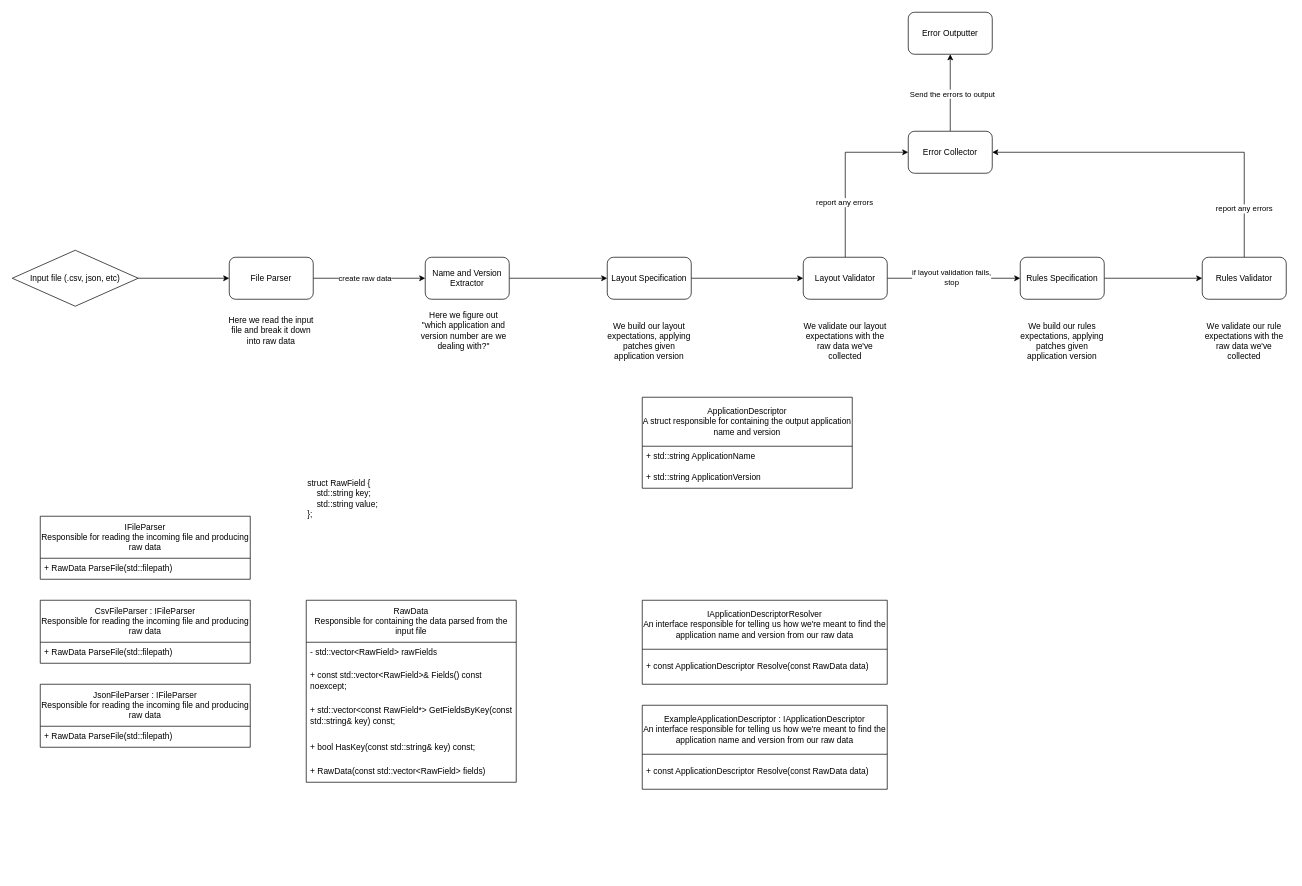
Jacques-Philippe/datalint keeps this draw.io diagram as page "Application diagram" (1 of 2) of application-diagram.drawio. Above is the earlier version. Source tidied: cells renumbered, new cells numbered last; positions are measured from the earlier drawing's top-left corner, leaving out a move shared by most shapes. Both pictures are drawn from the tidied source at 70%, with x=0, y=0 at pixel (12, 12).
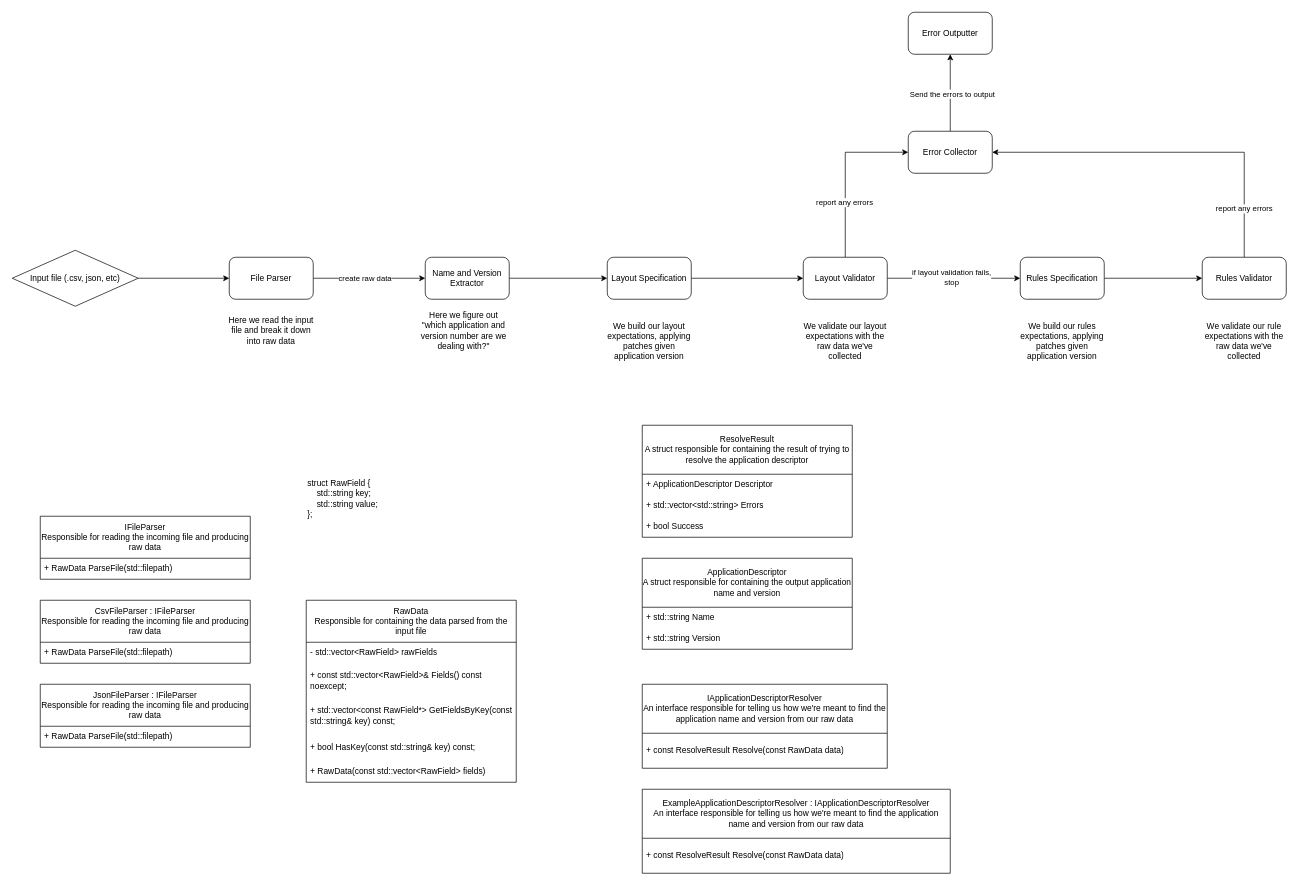
After the change.

Commit message:
Update application diagram

Change to the diagram source:
```diff
@@
     <mxCell id="44" value="IApplicationDescriptorResolver&lt;div&gt;An interface responsible for telling us how we're meant to find the application name and version from our raw data&lt;/div&gt;" style="swimlane;fontStyle=0;horizontal=1;startSize=70;whiteSpace=wrap;html=1;" parent="1" vertex="1">
-      <mxGeometry x="900" y="840" width="350" height="120" as="geometry" />
+      <mxGeometry x="900" y="960" width="350" height="120" as="geometry" />
     </mxCell>
-    <mxCell id="45" value="+ const ApplicationDescriptor Resolve(const RawData data)" style="text;strokeColor=none;fillColor=none;align=left;verticalAlign=middle;spacingLeft=4;spacingRight=4;overflow=hidden;whiteSpace=wrap;html=1;" parent="44" vertex="1">
+    <mxCell id="45" value="+ const ResolveResult Resolve(const RawData data)" style="text;strokeColor=none;fillColor=none;align=left;verticalAlign=middle;spacingLeft=4;spacingRight=4;overflow=hidden;whiteSpace=wrap;html=1;" parent="44" vertex="1">
       <mxGeometry y="70" width="350" height="50" as="geometry" />
     </mxCell>
     <mxCell id="46" value="ApplicationDescriptor&lt;div&gt;A struct responsible for containing the output application name and version&lt;/div&gt;" style="swimlane;fontStyle=0;horizontal=1;startSize=70;whiteSpace=wrap;html=1;" parent="1" vertex="1">
-      <mxGeometry x="900" y="550" width="300" height="130" as="geometry" />
+      <mxGeometry x="900" y="780" width="300" height="130" as="geometry" />
     </mxCell>
-    <mxCell id="47" value="+ std::string ApplicationName" style="text;strokeColor=none;fillColor=none;align=left;verticalAlign=middle;spacingLeft=4;spacingRight=4;overflow=hidden;whiteSpace=wrap;html=1;" parent="46" vertex="1">
+    <mxCell id="47" value="+ std::string Name" style="text;strokeColor=none;fillColor=none;align=left;verticalAlign=middle;spacingLeft=4;spacingRight=4;overflow=hidden;whiteSpace=wrap;html=1;" parent="46" vertex="1">
       <mxGeometry y="70" width="300" height="30" as="geometry" />
     </mxCell>
-    <mxCell id="48" value="+ std::string ApplicationVersion" style="text;strokeColor=none;fillColor=none;align=left;verticalAlign=middle;spacingLeft=4;spacingRight=4;overflow=hidden;whiteSpace=wrap;html=1;" parent="46" vertex="1">
+    <mxCell id="48" value="+ std::string Version" style="text;strokeColor=none;fillColor=none;align=left;verticalAlign=middle;spacingLeft=4;spacingRight=4;overflow=hidden;whiteSpace=wrap;html=1;" parent="46" vertex="1">
       <mxGeometry y="100" width="300" height="30" as="geometry" />
     </mxCell>
-    <mxCell id="49" value="ExampleApplicationDescriptor : IApplicationDescriptor&lt;div&gt;An interface responsible for telling us how we're meant to find the application name and version from our raw data&lt;/div&gt;" style="swimlane;fontStyle=0;horizontal=1;startSize=70;whiteSpace=wrap;html=1;" parent="1" vertex="1">
-      <mxGeometry x="900" y="990" width="350" height="120" as="geometry" />
+    <mxCell id="49" value="ExampleApplicationDescriptorResolver : IApplicationDescriptorResolver&lt;div&gt;An interface responsible for telling us how we're meant to find the application name and version from our raw data&lt;/div&gt;" style="swimlane;fontStyle=0;horizontal=1;startSize=70;whiteSpace=wrap;html=1;" parent="1" vertex="1">
+      <mxGeometry x="900" y="1110" width="440" height="120" as="geometry" />
     </mxCell>
-    <mxCell id="50" value="+ const ApplicationDescriptor Resolve(const RawData data)" style="text;strokeColor=none;fillColor=none;align=left;verticalAlign=middle;spacingLeft=4;spacingRight=4;overflow=hidden;whiteSpace=wrap;html=1;" parent="49" vertex="1">
-      <mxGeometry y="70" width="350" height="50" as="geometry" />
+    <mxCell id="50" value="+ const ResolveResult Resolve(const RawData data)" style="text;strokeColor=none;fillColor=none;align=left;verticalAlign=middle;spacingLeft=4;spacingRight=4;overflow=hidden;whiteSpace=wrap;html=1;" parent="49" vertex="1">
+      <mxGeometry y="70" width="440" height="50" as="geometry" />
     </mxCell>
+    <mxCell id="51" value="ResolveResult&lt;div&gt;A struct responsible for containing the result of trying to resolve the application descriptor&lt;/div&gt;" style="swimlane;fontStyle=0;horizontal=1;startSize=70;whiteSpace=wrap;html=1;" parent="1" vertex="1">
+      <mxGeometry x="900" y="590" width="300" height="160" as="geometry" />
+    </mxCell>
+    <mxCell id="52" value="+ ApplicationDescriptor Descriptor" style="text;strokeColor=none;fillColor=none;align=left;verticalAlign=middle;spacingLeft=4;spacingRight=4;overflow=hidden;whiteSpace=wrap;html=1;" parent="51" vertex="1">
+      <mxGeometry y="70" width="300" height="30" as="geometry" />
+    </mxCell>
+    <mxCell id="53" value="+ std::vector&amp;lt;std::string&amp;gt; Errors" style="text;strokeColor=none;fillColor=none;align=left;verticalAlign=middle;spacingLeft=4;spacingRight=4;overflow=hidden;whiteSpace=wrap;html=1;" parent="51" vertex="1">
+      <mxGeometry y="100" width="300" height="30" as="geometry" />
+    </mxCell>
+    <mxCell id="54" value="+ bool Success" style="text;strokeColor=none;fillColor=none;align=left;verticalAlign=middle;spacingLeft=4;spacingRight=4;overflow=hidden;whiteSpace=wrap;html=1;" parent="51" vertex="1">
+      <mxGeometry y="130" width="300" height="30" as="geometry" />
+    </mxCell>
```
